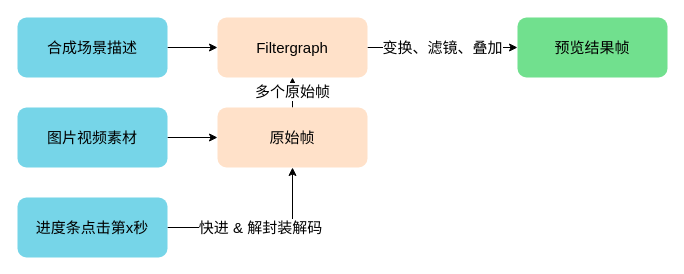
This is realtime_preview.drawio from lqt0223/diagrams, a draw.io file, before an edit. Source tidied: cells renumbered, new cells numbered last; positions are measured from the earlier drawing's top-left corner, leaving out a move shared by most shapes. Both pictures are drawn from the tidied source at 100%, with x=0, y=0 at pixel (17, 17).
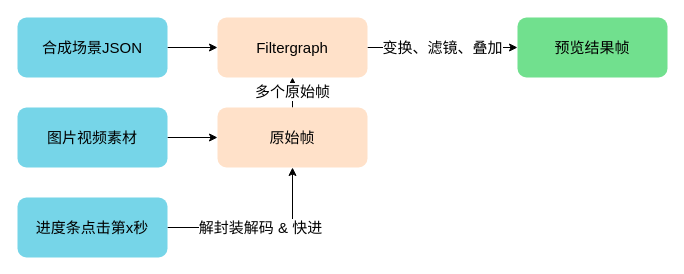
After the change.

Diff of the diagram source:
```diff
@@
 <mxGraphModel>
   <root>
     <mxCell id="0" />
     <mxCell id="1" parent="0" />
     <mxCell id="2" style="edgeStyle=orthogonalEdgeStyle;rounded=0;jettySize=auto;html=1;fontSize=15;" parent="1" edge="1" source="3" target="9">
       <mxGeometry relative="1" as="geometry" />
     </mxCell>
-    <mxCell id="3" value="&lt;font color=&quot;#000000&quot; style=&quot;font-size: 15px;&quot;&gt;合成场景描述&lt;/font&gt;" style="whiteSpace=wrap;html=1;rounded=1;fontSize=15;fillColor=#76D5E8;strokeColor=none;fontColor=#FFFFFF;" parent="1" vertex="1">
+    <mxCell id="3" value="&lt;font color=&quot;#000000&quot; style=&quot;font-size: 15px;&quot;&gt;合成场景JSON&lt;/font&gt;" style="whiteSpace=wrap;html=1;rounded=1;fontSize=15;fillColor=#76D5E8;strokeColor=none;fontColor=#FFFFFF;" parent="1" vertex="1">
       <mxGeometry width="150" height="60" as="geometry" />
     </mxCell>
     <mxCell id="4" style="edgeStyle=orthogonalEdgeStyle;rounded=0;jettySize=auto;html=1;exitX=1;exitY=0.5;exitDx=0;exitDy=0;entryX=0;entryY=0.5;entryDx=0;entryDy=0;fontSize=15;" parent="1" edge="1" source="5" target="11">
       <mxGeometry relative="1" as="geometry" />
     </mxCell>
     <mxCell id="5" value="&lt;font color=&quot;#000000&quot; style=&quot;font-size: 15px;&quot;&gt;图片视频素材&lt;/font&gt;" style="whiteSpace=wrap;html=1;rounded=1;fontSize=15;fillColor=#76D5E8;strokeColor=none;fontColor=#FFFFFF;" parent="1" vertex="1">
       <mxGeometry y="90" width="150" height="60" as="geometry" />
     </mxCell>
-    <mxCell id="6" value="快进 &amp;amp; 解封装解码" style="edgeStyle=orthogonalEdgeStyle;rounded=0;jettySize=auto;html=1;exitX=1;exitY=0.5;exitDx=0;exitDy=0;entryX=0.5;entryY=1;entryDx=0;entryDy=0;fontSize=15;" parent="1" edge="1" source="7" target="11">
-      <mxGeometry relative="1" as="geometry" />
+    <mxCell id="6" value="解封装解码 &amp;amp; 快进" style="edgeStyle=orthogonalEdgeStyle;rounded=0;jettySize=auto;html=1;exitX=1;exitY=0.5;exitDx=0;exitDy=0;entryX=0.5;entryY=1;entryDx=0;entryDy=0;fontSize=15;" parent="1" edge="1" source="7" target="11">
+      <mxGeometry x="0.01" relative="1" as="geometry" />
     </mxCell>
     <mxCell id="7" value="&lt;font color=&quot;#000000&quot; style=&quot;font-size: 15px;&quot;&gt;进度条点击第x秒&lt;/font&gt;" style="whiteSpace=wrap;html=1;rounded=1;fontSize=15;fillColor=#76D5E8;strokeColor=none;fontColor=#FFFFFF;" parent="1" vertex="1">
       <mxGeometry y="180" width="150" height="60" as="geometry" />
     </mxCell>
     <mxCell id="8" value="变换、滤镜、叠加" style="edgeStyle=orthogonalEdgeStyle;rounded=0;jettySize=auto;html=1;exitX=1;exitY=0.5;exitDx=0;exitDy=0;entryX=0;entryY=0.5;entryDx=0;entryDy=0;fontSize=15;" parent="1" edge="1" source="9" target="12">
       <mxGeometry relative="1" as="geometry" />
     </mxCell>
     <mxCell id="9" value="Filtergraph" style="whiteSpace=wrap;html=1;rounded=1;fontSize=15;fillColor=#FFE1C9;strokeColor=none;" parent="1" vertex="1">
       <mxGeometry x="200" width="150" height="60" as="geometry" />
     </mxCell>
     <mxCell id="10" value="多个原始帧" style="edgeStyle=orthogonalEdgeStyle;rounded=0;jettySize=auto;html=1;exitX=0.5;exitY=0;exitDx=0;exitDy=0;entryX=0.5;entryY=1;entryDx=0;entryDy=0;fontSize=15;" parent="1" edge="1" source="11" target="9">
       <mxGeometry x="0.04" relative="1" as="geometry" />
     </mxCell>
     <mxCell id="11" value="原始帧" style="whiteSpace=wrap;html=1;rounded=1;fontSize=15;fillColor=#FFE1C9;strokeColor=none;" parent="1" vertex="1">
       <mxGeometry x="200" y="90" width="150" height="60" as="geometry" />
     </mxCell>
     <mxCell id="12" value="预览结果帧" style="whiteSpace=wrap;html=1;rounded=1;fontSize=15;fillColor=#71E08E;strokeColor=none;fontColor=#000000;gradientColor=none;" parent="1" vertex="1">
       <mxGeometry x="500" width="150" height="60" as="geometry" />
     </mxCell>
   </root>
 </mxGraphModel>
```
